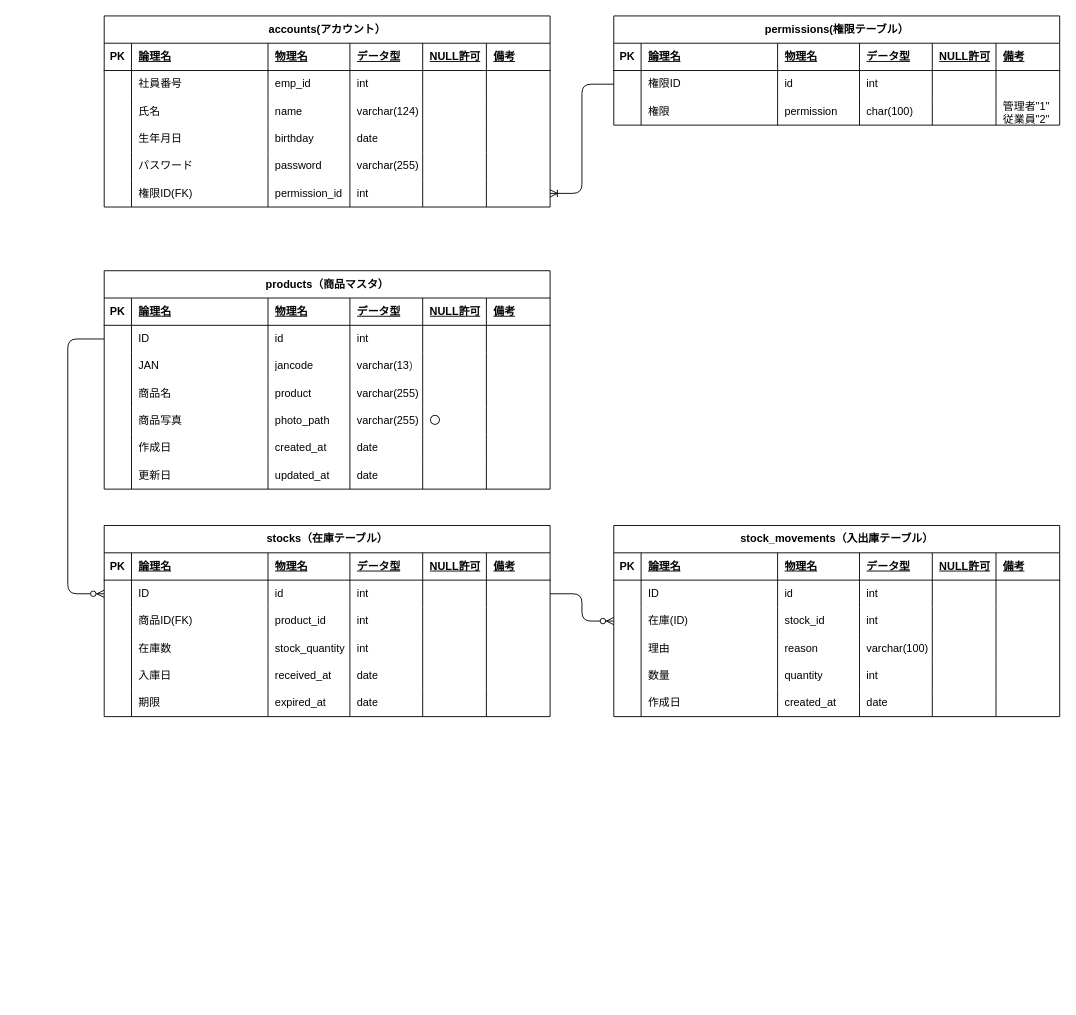
plusdojo2026/c4 keeps this draw.io diagram as docs/DB.drawio. Above is the earlier version. Source tidied: cells renumbered, new cells numbered last; positions are measured from the earlier drawing's top-left corner, leaving out a move shared by most shapes. Both pictures are drawn from the tidied source at 91%, with x=0, y=0 at pixel (67, 15).
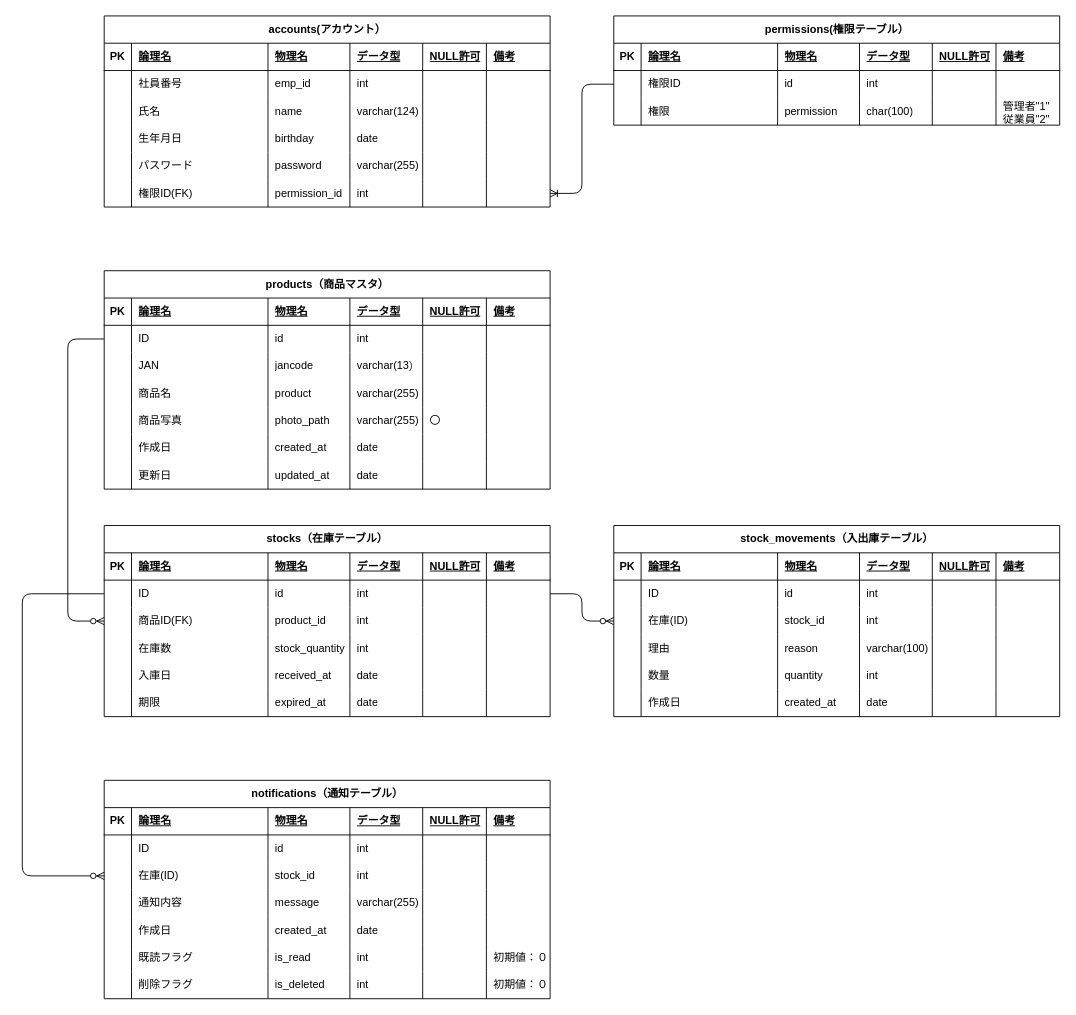
After the change.

Commit message:
追加：drowioに通知テーブル

Unchanged cells that the change refers to:
```xml
<mxCell id="53" style="shape=tableRow;horizontal=0;startSize=0;swimlaneHead=0;swimlaneBody=0;fillColor=none;points=[[0,0.5],[1,0.5]];portConstraint=eastwest;top=0;left=0;right=0;bottom=0;" parent="45" vertex="1">
  <mxGeometry y="60" width="490" height="30" as="geometry" />
</mxCell>
<mxCell id="60" style="shape=tableRow;horizontal=0;startSize=0;swimlaneHead=0;swimlaneBody=0;fillColor=none;points=[[0,0.5],[1,0.5]];portConstraint=eastwest;top=0;left=0;right=0;bottom=0;" parent="45" vertex="1">
  <mxGeometry y="90" width="490" height="30" as="geometry" />
</mxCell>
<mxCell id="96" style="shape=tableRow;horizontal=0;startSize=0;swimlaneHead=0;swimlaneBody=0;fillColor=none;points=[[0,0.5],[1,0.5]];portConstraint=eastwest;top=0;left=0;right=0;bottom=0;" parent="88" vertex="1">
  <mxGeometry y="60" width="490" height="30" as="geometry" />
</mxCell>
```

What changed in the source:
```diff
@@
-    <mxCell id="205" style="edgeStyle=orthogonalEdgeStyle;fontSize=12;html=1;endArrow=ERzeroToMany;endFill=1;entryX=0;entryY=0.5;entryDx=0;entryDy=0;exitX=0;exitY=0.5;exitDx=0;exitDy=0;" parent="1" edge="1" source="96" target="53">
-      <mxGeometry relative="1" as="geometry">
-        <Array as="points">
-          <mxPoint y="355" />
-          <mxPoint y="635" />
-        </Array>
-      </mxGeometry>
-    </mxCell>
+    <mxCell id="206" value="notifications（通知テーブル）" style="shape=table;startSize=30;childLayout=tableLayout;rowLines=0;fontStyle=1;align=center;html=1;" parent="1" vertex="1">
+      <mxGeometry x="40" y="840" width="490" height="240" as="geometry" />
+    </mxCell>
+    <mxCell id="207" style="shape=tableRow;horizontal=0;startSize=0;swimlaneHead=0;swimlaneBody=0;fillColor=none;top=0;left=0;right=0;bottom=1;" parent="206" vertex="1">
+      <mxGeometry y="30" width="490" height="30" as="geometry" />
+    </mxCell>
+    <mxCell id="208" value="PK" style="shape=partialRectangle;fillColor=none;top=0;left=0;bottom=0;right=0;fontStyle=1;overflow=hidden;whiteSpace=wrap;html=1;" parent="207" vertex="1">
+      <mxGeometry width="30" height="30" as="geometry" />
+    </mxCell>
+    <mxCell id="209" value="論理名" style="shape=partialRectangle;fillColor=none;top=0;left=0;bottom=0;right=0;align=left;spacingLeft=6;fontStyle=5;overflow=hidden;whiteSpace=wrap;html=1;" parent="207" vertex="1">
+      <mxGeometry x="30" width="150" height="30" as="geometry" />
+    </mxCell>
+    <mxCell id="210" value="物理名" style="shape=partialRectangle;fillColor=none;top=0;left=0;bottom=0;right=0;align=left;spacingLeft=6;fontStyle=5;overflow=hidden;whiteSpace=wrap;html=1;" parent="207" vertex="1">
+      <mxGeometry x="180" width="90" height="30" as="geometry" />
+    </mxCell>
+    <mxCell id="211" value="データ型" style="shape=partialRectangle;fillColor=none;top=0;left=0;bottom=0;right=0;align=left;spacingLeft=6;fontStyle=5;overflow=hidden;whiteSpace=wrap;html=1;" parent="207" vertex="1">
+      <mxGeometry x="270" width="80" height="30" as="geometry" />
+    </mxCell>
+    <mxCell id="212" value="NULL許可" style="shape=partialRectangle;fillColor=none;top=0;left=0;bottom=0;right=0;align=left;spacingLeft=6;fontStyle=5;overflow=hidden;whiteSpace=wrap;html=1;" parent="207" vertex="1">
+      <mxGeometry x="350" width="70" height="30" as="geometry" />
+    </mxCell>
+    <mxCell id="213" value="備考" style="shape=partialRectangle;fillColor=none;top=0;left=0;bottom=0;right=0;align=left;spacingLeft=6;fontStyle=5;overflow=hidden;whiteSpace=wrap;html=1;" parent="207" vertex="1">
+      <mxGeometry x="420" width="70" height="30" as="geometry" />
+    </mxCell>
+    <mxCell id="214" style="shape=tableRow;horizontal=0;startSize=0;swimlaneHead=0;swimlaneBody=0;fillColor=none;top=0;left=0;right=0;bottom=0;" parent="206" vertex="1">
+      <mxGeometry y="60" width="490" height="30" as="geometry" />
+    </mxCell>
+    <mxCell id="215" style="shape=partialRectangle;fillColor=none;top=0;left=0;bottom=0;right=0;overflow=hidden;whiteSpace=wrap;html=1;" parent="214" vertex="1">
+      <mxGeometry width="30" height="30" as="geometry" />
+    </mxCell>
+    <mxCell id="216" value="ID" style="shape=partialRectangle;fillColor=none;top=0;left=0;bottom=0;right=0;align=left;spacingLeft=6;overflow=hidden;whiteSpace=wrap;html=1;" parent="214" vertex="1">
+      <mxGeometry x="30" width="150" height="30" as="geometry" />
+    </mxCell>
+    <mxCell id="217" value="id" style="shape=partialRectangle;fillColor=none;top=0;left=0;bottom=0;right=0;align=left;spacingLeft=6;overflow=hidden;whiteSpace=wrap;html=1;" parent="214" vertex="1">
+      <mxGeometry x="180" width="90" height="30" as="geometry" />
+    </mxCell>
+    <mxCell id="218" value="int" style="shape=partialRectangle;fillColor=none;top=0;left=0;bottom=0;right=0;align=left;spacingLeft=6;overflow=hidden;whiteSpace=wrap;html=1;" parent="214" vertex="1">
+      <mxGeometry x="270" width="80" height="30" as="geometry" />
+    </mxCell>
+    <mxCell id="219" style="shape=partialRectangle;fillColor=none;top=0;left=0;bottom=0;right=0;align=left;spacingLeft=6;overflow=hidden;whiteSpace=wrap;html=1;" parent="214" vertex="1">
+      <mxGeometry x="350" width="70" height="30" as="geometry" />
+    </mxCell>
+    <mxCell id="220" style="shape=partialRectangle;fillColor=none;top=0;left=0;bottom=0;right=0;align=left;spacingLeft=6;overflow=hidden;whiteSpace=wrap;html=1;" parent="214" vertex="1">
+      <mxGeometry x="420" width="70" height="30" as="geometry" />
+    </mxCell>
+    <mxCell id="221" style="shape=tableRow;horizontal=0;startSize=0;swimlaneHead=0;swimlaneBody=0;fillColor=none;points=[[0,0.5],[1,0.5]];portConstraint=eastwest;top=0;left=0;right=0;bottom=0;" parent="206" vertex="1">
+      <mxGeometry y="90" width="490" height="30" as="geometry" />
+    </mxCell>
+    <mxCell id="222" style="shape=partialRectangle;fillColor=none;top=0;left=0;bottom=0;right=0;overflow=hidden;whiteSpace=wrap;html=1;" parent="221" vertex="1">
+      <mxGeometry width="30" height="30" as="geometry" />
+    </mxCell>
+    <mxCell id="223" value="在庫(ID)" style="shape=partialRectangle;fillColor=none;top=0;left=0;bottom=0;right=0;align=left;spacingLeft=6;overflow=hidden;whiteSpace=wrap;html=1;" parent="221" vertex="1">
+      <mxGeometry x="30" width="150" height="30" as="geometry" />
+    </mxCell>
+    <mxCell id="224" value="stock_id" style="shape=partialRectangle;fillColor=none;top=0;left=0;bottom=0;right=0;align=left;spacingLeft=6;overflow=hidden;whiteSpace=wrap;html=1;" parent="221" vertex="1">
+      <mxGeometry x="180" width="90" height="30" as="geometry" />
+    </mxCell>
+    <mxCell id="225" value="int" style="shape=partialRectangle;fillColor=none;top=0;left=0;bottom=0;right=0;align=left;spacingLeft=6;overflow=hidden;whiteSpace=wrap;html=1;" parent="221" vertex="1">
+      <mxGeometry x="270" width="80" height="30" as="geometry" />
+    </mxCell>
+    <mxCell id="226" style="shape=partialRectangle;fillColor=none;top=0;left=0;bottom=0;right=0;align=left;spacingLeft=6;overflow=hidden;whiteSpace=wrap;html=1;" parent="221" vertex="1">
+      <mxGeometry x="350" width="70" height="30" as="geometry" />
+    </mxCell>
+    <mxCell id="227" style="shape=partialRectangle;fillColor=none;top=0;left=0;bottom=0;right=0;align=left;spacingLeft=6;overflow=hidden;whiteSpace=wrap;html=1;" parent="221" vertex="1">
+      <mxGeometry x="420" width="70" height="30" as="geometry" />
+    </mxCell>
+    <mxCell id="228" style="shape=tableRow;horizontal=0;startSize=0;swimlaneHead=0;swimlaneBody=0;fillColor=none;top=0;left=0;right=0;bottom=0;" parent="206" vertex="1">
+      <mxGeometry y="120" width="490" height="30" as="geometry" />
+    </mxCell>
+    <mxCell id="229" style="shape=partialRectangle;fillColor=none;top=0;left=0;bottom=0;right=0;overflow=hidden;whiteSpace=wrap;html=1;" parent="228" vertex="1">
+      <mxGeometry width="30" height="30" as="geometry" />
+    </mxCell>
+    <mxCell id="230" value="通知内容" style="shape=partialRectangle;fillColor=none;top=0;left=0;bottom=0;right=0;align=left;spacingLeft=6;overflow=hidden;whiteSpace=wrap;html=1;" parent="228" vertex="1">
+      <mxGeometry x="30" width="150" height="30" as="geometry" />
+    </mxCell>
+    <mxCell id="231" value="message" style="shape=partialRectangle;fillColor=none;top=0;left=0;bottom=0;right=0;align=left;spacingLeft=6;overflow=hidden;whiteSpace=wrap;html=1;" parent="228" vertex="1">
+      <mxGeometry x="180" width="90" height="30" as="geometry" />
+    </mxCell>
+    <mxCell id="232" value="varchar(255)" style="shape=partialRectangle;fillColor=none;top=0;left=0;bottom=0;right=0;align=left;spacingLeft=6;overflow=hidden;whiteSpace=wrap;html=1;" parent="228" vertex="1">
+      <mxGeometry x="270" width="80" height="30" as="geometry" />
+    </mxCell>
+    <mxCell id="233" style="shape=partialRectangle;fillColor=none;top=0;left=0;bottom=0;right=0;align=left;spacingLeft=6;overflow=hidden;whiteSpace=wrap;html=1;" parent="228" vertex="1">
+      <mxGeometry x="350" width="70" height="30" as="geometry" />
+    </mxCell>
+    <mxCell id="234" style="shape=partialRectangle;fillColor=none;top=0;left=0;bottom=0;right=0;align=left;spacingLeft=6;overflow=hidden;whiteSpace=wrap;html=1;" parent="228" vertex="1">
+      <mxGeometry x="420" width="70" height="30" as="geometry" />
+    </mxCell>
+    <mxCell id="235" style="shape=tableRow;horizontal=0;startSize=0;swimlaneHead=0;swimlaneBody=0;fillColor=none;top=0;left=0;right=0;bottom=0;" parent="206" vertex="1">
+      <mxGeometry y="150" width="490" height="30" as="geometry" />
+    </mxCell>
+    <mxCell id="236" style="shape=partialRectangle;fillColor=none;top=0;left=0;bottom=0;right=0;overflow=hidden;whiteSpace=wrap;html=1;" parent="235" vertex="1">
+      <mxGeometry width="30" height="30" as="geometry" />
+    </mxCell>
+    <mxCell id="237" value="作成日" style="shape=partialRectangle;fillColor=none;top=0;left=0;bottom=0;right=0;align=left;spacingLeft=6;overflow=hidden;whiteSpace=wrap;html=1;" parent="235" vertex="1">
+      <mxGeometry x="30" width="150" height="30" as="geometry" />
+    </mxCell>
+    <mxCell id="238" value="&lt;span style=&quot;color: rgb(0, 0, 0);&quot;&gt;created_at&lt;/span&gt;" style="shape=partialRectangle;fillColor=none;top=0;left=0;bottom=0;right=0;align=left;spacingLeft=6;overflow=hidden;whiteSpace=wrap;html=1;" parent="235" vertex="1">
+      <mxGeometry x="180" width="90" height="30" as="geometry" />
+    </mxCell>
+    <mxCell id="239" value="date" style="shape=partialRectangle;fillColor=none;top=0;left=0;bottom=0;right=0;align=left;spacingLeft=6;overflow=hidden;whiteSpace=wrap;html=1;" parent="235" vertex="1">
+      <mxGeometry x="270" width="80" height="30" as="geometry" />
+    </mxCell>
+    <mxCell id="240" style="shape=partialRectangle;fillColor=none;top=0;left=0;bottom=0;right=0;align=left;spacingLeft=6;overflow=hidden;whiteSpace=wrap;html=1;" parent="235" vertex="1">
+      <mxGeometry x="350" width="70" height="30" as="geometry" />
+    </mxCell>
+    <mxCell id="241" style="shape=partialRectangle;fillColor=none;top=0;left=0;bottom=0;right=0;align=left;spacingLeft=6;overflow=hidden;whiteSpace=wrap;html=1;" parent="235" vertex="1">
+      <mxGeometry x="420" width="70" height="30" as="geometry" />
+    </mxCell>
+    <mxCell id="242" style="shape=tableRow;horizontal=0;startSize=0;swimlaneHead=0;swimlaneBody=0;fillColor=none;top=0;left=0;right=0;bottom=0;" parent="206" vertex="1">
+      <mxGeometry y="180" width="490" height="30" as="geometry" />
+    </mxCell>
+    <mxCell id="243" style="shape=partialRectangle;fillColor=none;top=0;left=0;bottom=0;right=0;overflow=hidden;whiteSpace=wrap;html=1;" parent="242" vertex="1">
+      <mxGeometry width="30" height="30" as="geometry" />
+    </mxCell>
+    <mxCell id="244" value="既読フラグ" style="shape=partialRectangle;fillColor=none;top=0;left=0;bottom=0;right=0;align=left;spacingLeft=6;overflow=hidden;whiteSpace=wrap;html=1;" parent="242" vertex="1">
+      <mxGeometry x="30" width="150" height="30" as="geometry" />
+    </mxCell>
+    <mxCell id="245" value="is_read" style="shape=partialRectangle;fillColor=none;top=0;left=0;bottom=0;right=0;align=left;spacingLeft=6;overflow=hidden;whiteSpace=wrap;html=1;" parent="242" vertex="1">
+      <mxGeometry x="180" width="90" height="30" as="geometry" />
+    </mxCell>
+    <mxCell id="246" value="int" style="shape=partialRectangle;fillColor=none;top=0;left=0;bottom=0;right=0;align=left;spacingLeft=6;overflow=hidden;whiteSpace=wrap;html=1;" parent="242" vertex="1">
+      <mxGeometry x="270" width="80" height="30" as="geometry" />
+    </mxCell>
+    <mxCell id="247" style="shape=partialRectangle;fillColor=none;top=0;left=0;bottom=0;right=0;align=left;spacingLeft=6;overflow=hidden;whiteSpace=wrap;html=1;" parent="242" vertex="1">
+      <mxGeometry x="350" width="70" height="30" as="geometry" />
+    </mxCell>
+    <mxCell id="248" value="初期値：０" style="shape=partialRectangle;fillColor=none;top=0;left=0;bottom=0;right=0;align=left;spacingLeft=6;overflow=hidden;whiteSpace=wrap;html=1;" parent="242" vertex="1">
+      <mxGeometry x="420" width="70" height="30" as="geometry" />
+    </mxCell>
+    <mxCell id="249" style="shape=tableRow;horizontal=0;startSize=0;swimlaneHead=0;swimlaneBody=0;fillColor=none;top=0;left=0;right=0;bottom=0;" parent="206" vertex="1">
+      <mxGeometry y="210" width="490" height="30" as="geometry" />
+    </mxCell>
+    <mxCell id="250" style="shape=partialRectangle;fillColor=none;top=0;left=0;bottom=0;right=0;overflow=hidden;whiteSpace=wrap;html=1;" parent="249" vertex="1">
+      <mxGeometry width="30" height="30" as="geometry" />
+    </mxCell>
+    <mxCell id="251" value="削除フラグ" style="shape=partialRectangle;fillColor=none;top=0;left=0;bottom=0;right=0;align=left;spacingLeft=6;overflow=hidden;whiteSpace=wrap;html=1;" parent="249" vertex="1">
+      <mxGeometry x="30" width="150" height="30" as="geometry" />
+    </mxCell>
+    <mxCell id="252" value="is_deleted" style="shape=partialRectangle;fillColor=none;top=0;left=0;bottom=0;right=0;align=left;spacingLeft=6;overflow=hidden;whiteSpace=wrap;html=1;" parent="249" vertex="1">
+      <mxGeometry x="180" width="90" height="30" as="geometry" />
+    </mxCell>
+    <mxCell id="253" value="int" style="shape=partialRectangle;fillColor=none;top=0;left=0;bottom=0;right=0;align=left;spacingLeft=6;overflow=hidden;whiteSpace=wrap;html=1;" parent="249" vertex="1">
+      <mxGeometry x="270" width="80" height="30" as="geometry" />
+    </mxCell>
+    <mxCell id="254" style="shape=partialRectangle;fillColor=none;top=0;left=0;bottom=0;right=0;align=left;spacingLeft=6;overflow=hidden;whiteSpace=wrap;html=1;" parent="249" vertex="1">
+      <mxGeometry x="350" width="70" height="30" as="geometry" />
+    </mxCell>
+    <mxCell id="255" value="初期値：０" style="shape=partialRectangle;fillColor=none;top=0;left=0;bottom=0;right=0;align=left;spacingLeft=6;overflow=hidden;whiteSpace=wrap;html=1;" parent="249" vertex="1">
+      <mxGeometry x="420" width="70" height="30" as="geometry" />
+    </mxCell>
+    <mxCell id="256" style="edgeStyle=orthogonalEdgeStyle;fontSize=12;html=1;endArrow=ERzeroToMany;endFill=1;exitX=0;exitY=0.5;exitDx=0;exitDy=0;entryX=0;entryY=0.5;entryDx=0;entryDy=0;" parent="1" edge="1" source="96" target="60">
+      <mxGeometry relative="1" as="geometry">
+        <Array as="points">
+          <mxPoint y="355" />
+          <mxPoint y="665" />
+        </Array>
+      </mxGeometry>
+    </mxCell>
+    <mxCell id="257" style="edgeStyle=orthogonalEdgeStyle;fontSize=12;html=1;endArrow=ERzeroToMany;endFill=1;exitX=0;exitY=0.5;exitDx=0;exitDy=0;entryX=0;entryY=0.5;entryDx=0;entryDy=0;" parent="1" edge="1" source="53" target="221">
+      <mxGeometry relative="1" as="geometry">
+        <Array as="points">
+          <mxPoint x="-50" y="635" />
+          <mxPoint x="-50" y="945" />
+        </Array>
+      </mxGeometry>
+    </mxCell>
```
